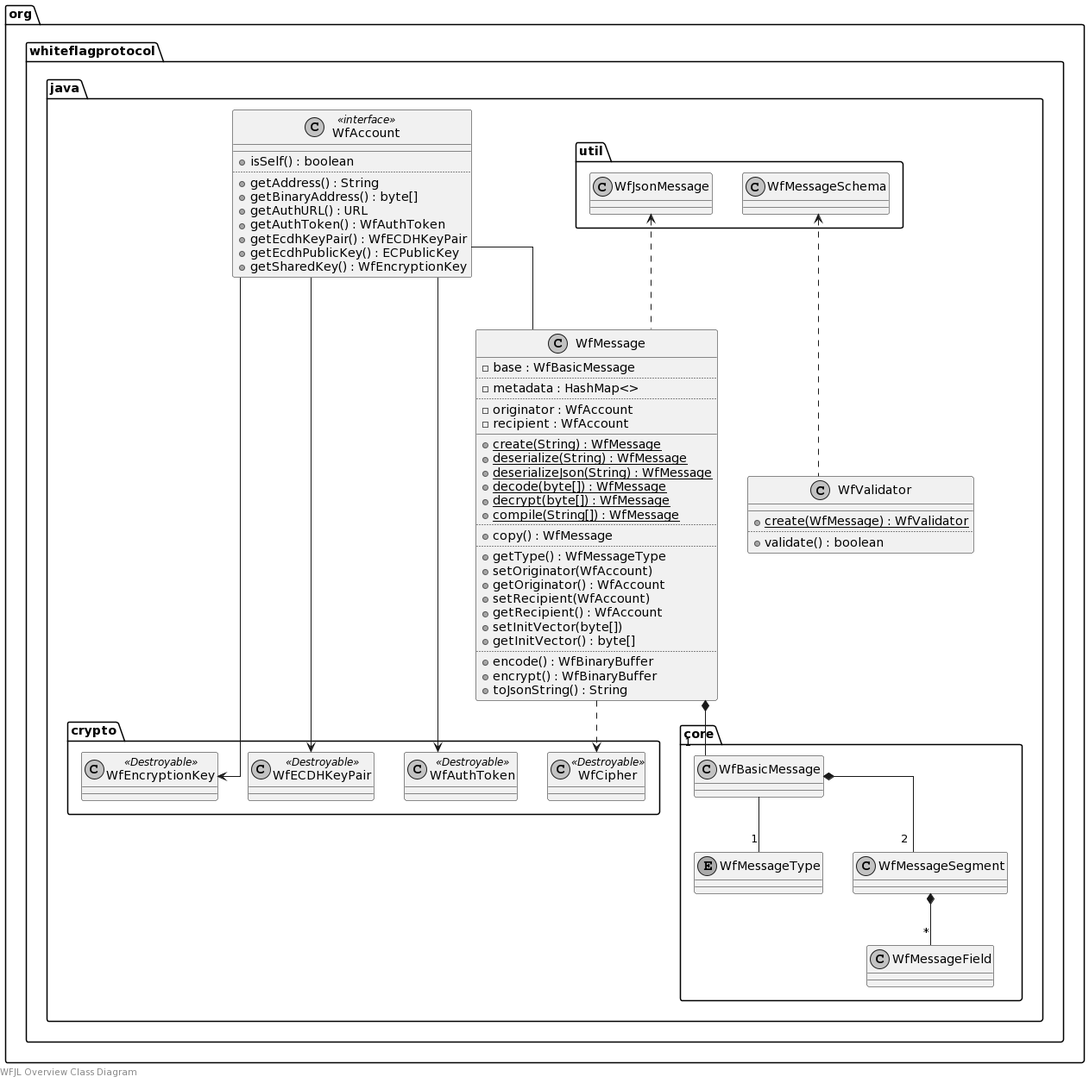
Above: docs/uml/overview.png in WhiteflagProtocol/whiteflag-java (PlantUML), before the change.
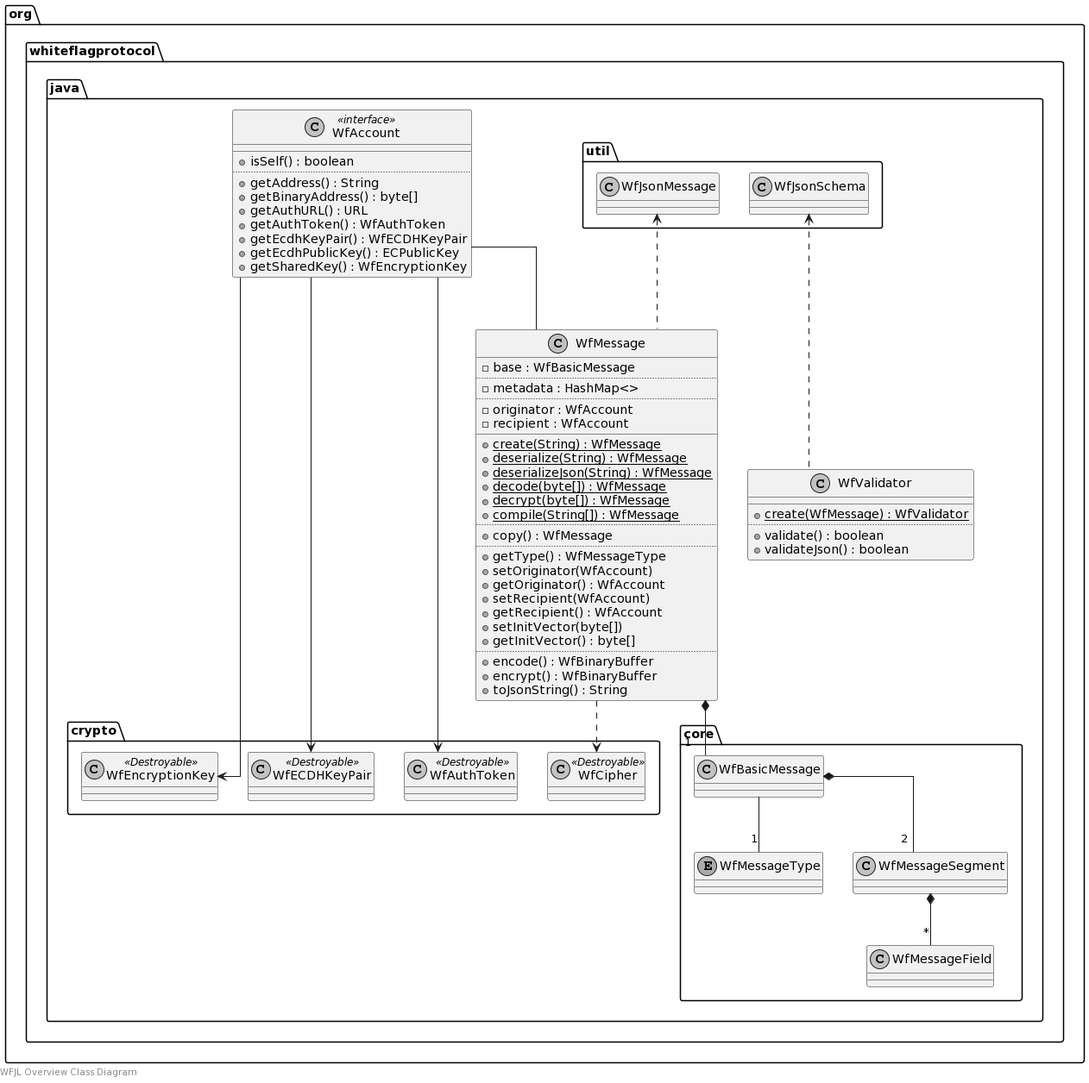
The same file after the commit.

What changed in the source:
```diff
@@ -53,6 +53,7 @@
         {static} +create(WfMessage) : WfValidator
         ..
         +validate() : boolean
+        +validateJson() : boolean
     }
 }
 
@@ -72,7 +73,7 @@
 
 package org.whiteflagprotocol.java.util {
     class WfJsonMessage {}
-    class WfMessageSchema {}
+    class WfJsonSchema {}
 }
 
 WfMessage *-- "1" WfBasicMessage
@@ -89,5 +90,5 @@
 WfMessage ..> WfCipher
 WfJsonMessage <.. WfMessage
 
-WfMessageSchema <.. WfValidator
+WfJsonSchema <.. WfValidator
 @enduml
```
